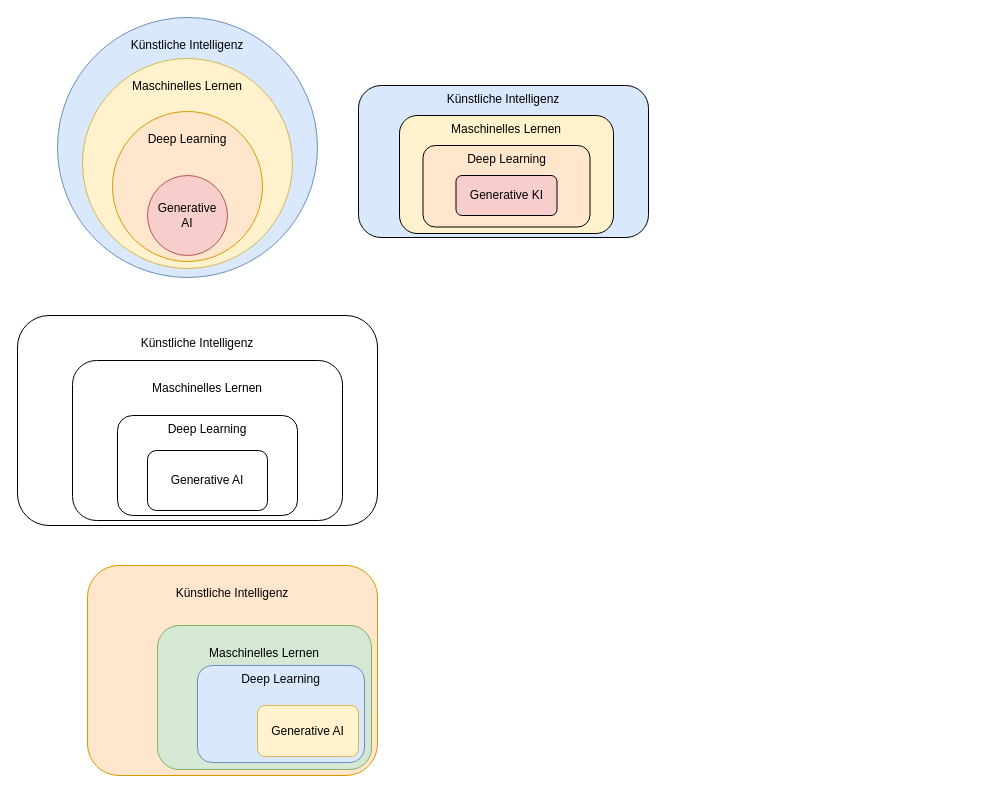
This is Einordnung von Generativer AI.drawio from blumjo99/MasterThesisDiagram, a draw.io file, before an edit. Source tidied: cells renumbered, new cells numbered last; positions are measured from the earlier drawing's top-left corner, leaving out a move shared by most shapes. Both pictures are drawn from the tidied source at 100%, with x=0, y=0 at pixel (17, 17).
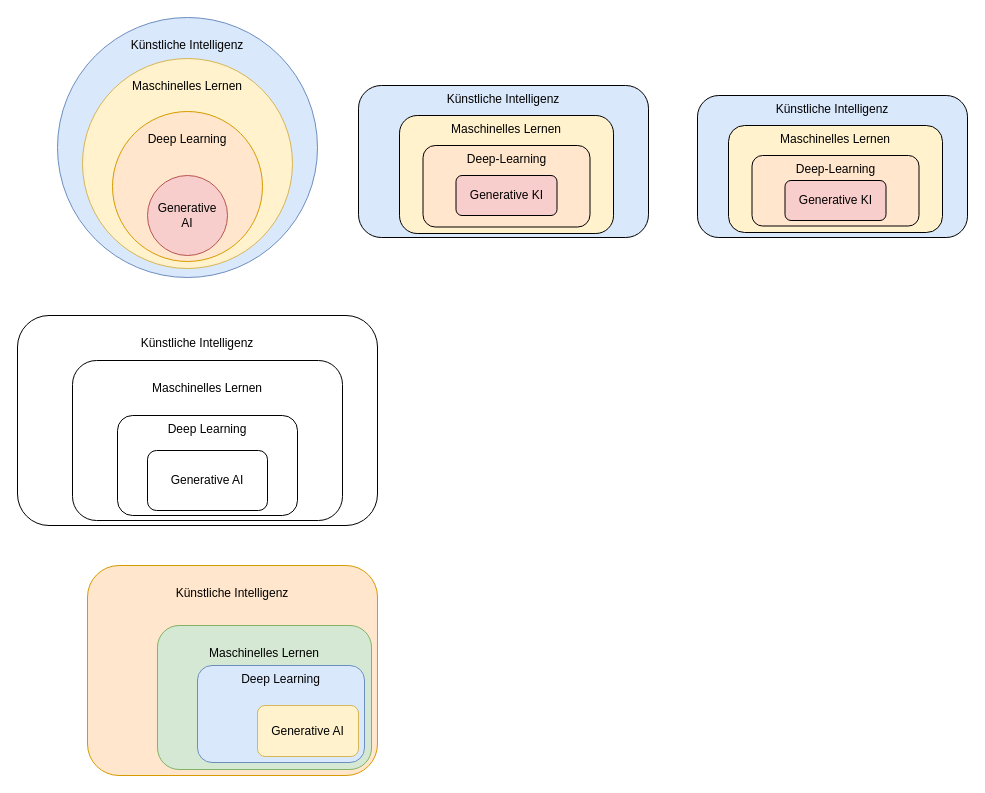
After the change.

Diff of the diagram source:
```diff
@@
-    <mxCell id="14" value="&lt;div&gt;&lt;div&gt;&lt;div&gt;Künstliche Intelligenz&lt;/div&gt;&lt;/div&gt;&lt;/div&gt;" style="rounded=1;whiteSpace=wrap;html=1;verticalAlign=top;fillColor=#dae8fc;strokeColor=#000000;" parent="1" vertex="1">
+    <mxCell id="14" value="Künstliche Intelligenz" style="rounded=1;whiteSpace=wrap;verticalAlign=top;fillColor=#dae8fc;strokeColor=#000000;" parent="1" vertex="1">
       <mxGeometry x="341" y="68" width="290" height="152" as="geometry" />
     </mxCell>
-    <mxCell id="15" value="&lt;div&gt;&lt;div&gt;Maschinelles Lernen&lt;br&gt;&lt;/div&gt;&lt;/div&gt;" style="rounded=1;whiteSpace=wrap;html=1;verticalAlign=top;fillColor=#fff2cc;strokeColor=#000000;" parent="1" vertex="1">
+    <mxCell id="15" value="Maschinelles Lernen&#10;" style="rounded=1;whiteSpace=wrap;verticalAlign=top;fillColor=#fff2cc;strokeColor=#000000;" parent="1" vertex="1">
       <mxGeometry x="382" y="98" width="214" height="118" as="geometry" />
     </mxCell>
-    <mxCell id="16" value="&lt;div&gt;Deep Learning&lt;br&gt;&lt;/div&gt;" style="rounded=1;whiteSpace=wrap;html=1;verticalAlign=top;fillColor=#ffe6cc;strokeColor=#000000;" parent="1" vertex="1">
+    <mxCell id="16" value="Deep-Learning&#10;" style="rounded=1;whiteSpace=wrap;verticalAlign=top;fillColor=#ffe6cc;strokeColor=#000000;" parent="1" vertex="1">
       <mxGeometry x="405.5" y="128" width="167" height="81.5" as="geometry" />
     </mxCell>
-    <mxCell id="17" value="Generative KI" style="rounded=1;whiteSpace=wrap;html=1;fillColor=#f8cecc;strokeColor=#000000;" parent="1" vertex="1">
+    <mxCell id="17" value="Generative KI" style="rounded=1;whiteSpace=wrap;fillColor=#f8cecc;strokeColor=#000000;" parent="1" vertex="1">
       <mxGeometry x="438.5" y="158" width="101" height="40" as="geometry" />
     </mxCell>
+    <mxCell id="18" value="Künstliche Intelligenz" style="rounded=1;whiteSpace=wrap;verticalAlign=top;fillColor=#dae8fc;strokeColor=#000000;" parent="1" vertex="1">
+      <mxGeometry x="680" y="78" width="270" height="142" as="geometry" />
+    </mxCell>
+    <mxCell id="19" value="Maschinelles Lernen&#10;" style="rounded=1;whiteSpace=wrap;verticalAlign=top;fillColor=#fff2cc;strokeColor=#000000;" parent="1" vertex="1">
+      <mxGeometry x="711" y="108" width="214" height="107" as="geometry" />
+    </mxCell>
+    <mxCell id="20" value="Deep-Learning&#10;" style="rounded=1;whiteSpace=wrap;verticalAlign=top;fillColor=#ffe6cc;strokeColor=#000000;" parent="1" vertex="1">
+      <mxGeometry x="734.5" y="138" width="167" height="70.5" as="geometry" />
+    </mxCell>
+    <mxCell id="21" value="Generative KI" style="rounded=1;whiteSpace=wrap;fillColor=#f8cecc;strokeColor=#000000;" parent="1" vertex="1">
+      <mxGeometry x="767.5" y="163" width="101" height="40" as="geometry" />
+    </mxCell>
```
